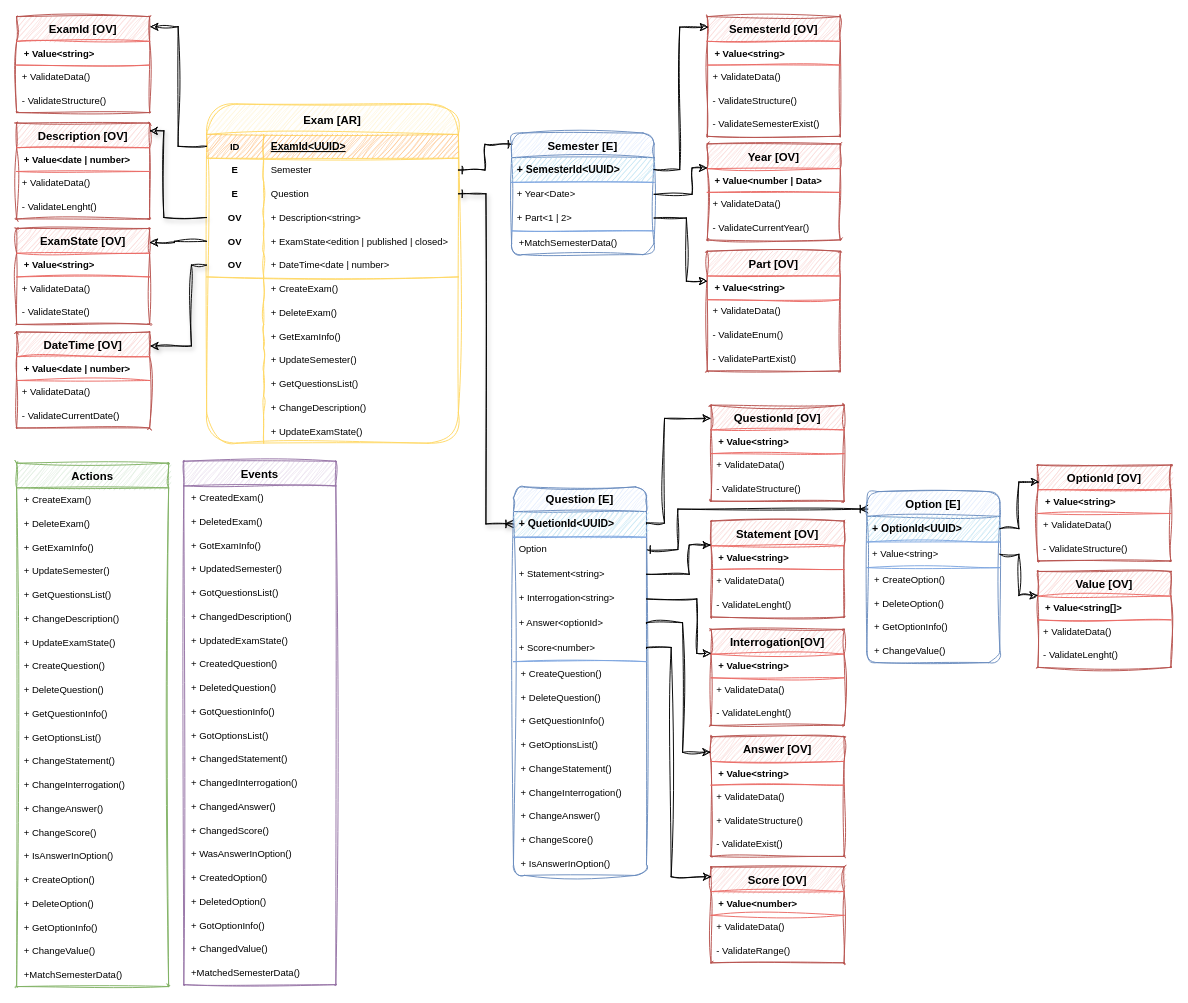
This is page "Exam <AR>" (2 of 5) of DDD University - Sofka.drawio from training-practice-sofkau/C1-2023-DDD-Colombia, a draw.io file, before an edit. Source tidied: cells renumbered, new cells numbered last; positions are measured from the earlier drawing's top-left corner, leaving out a move shared by most shapes. Both pictures are drawn from the tidied source at 95%, with x=0, y=0 at pixel (16, 16).
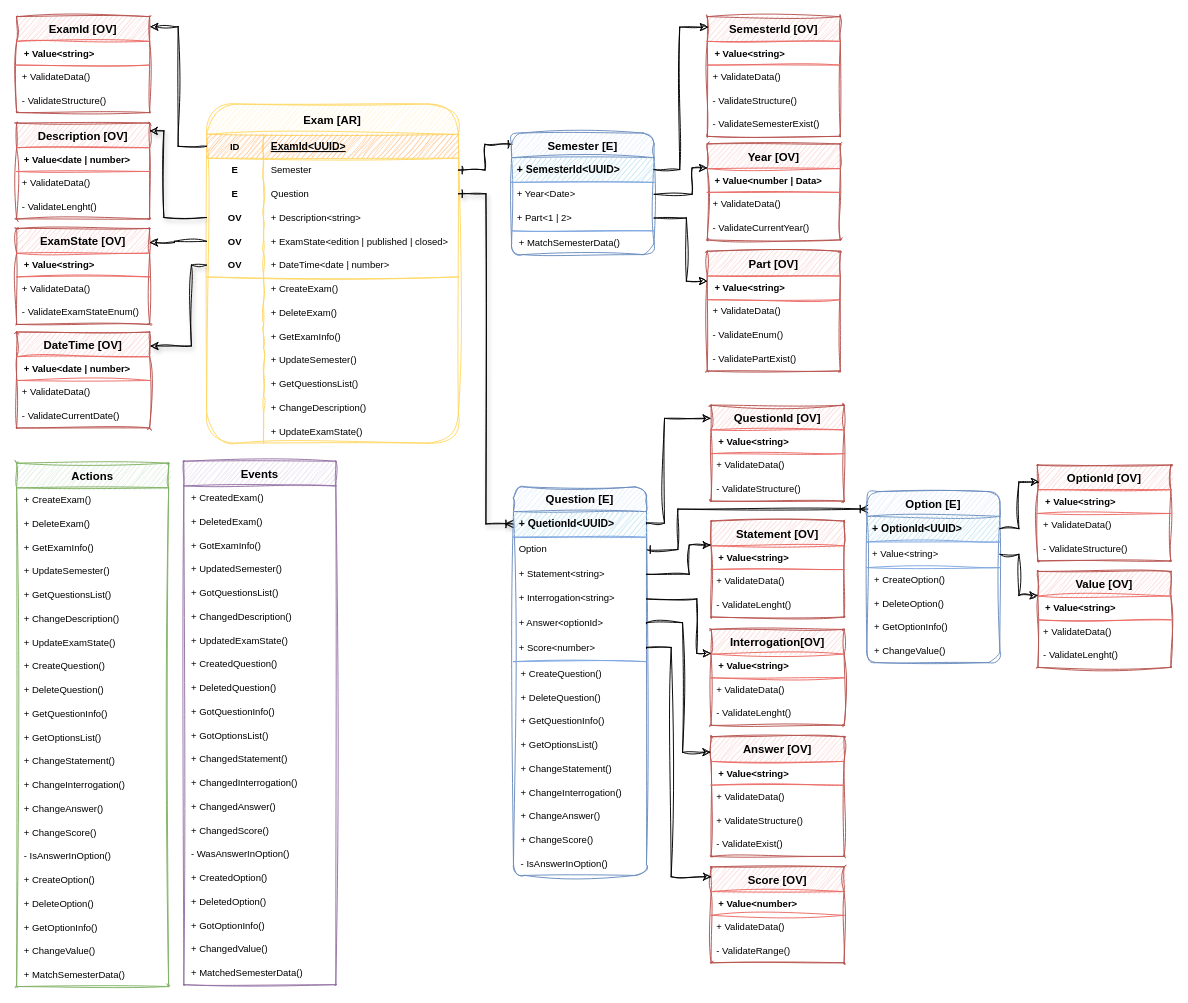
Above is the later version.

The change refers to these unchanged cells:
```xml
<mxCell id="58" value="ExamState [OV]" style="swimlane;fontStyle=1;horizontal=1;startSize=26;align=center;fontSize=12;rounded=1;shadow=0;glass=0;sketch=1;fillStyle=auto;strokeColor=#b85450;fillColor=#f8cecc;arcSize=0;swimlaneLine=0;curveFitting=1;jiggle=2;" parent="1" vertex="1">
  <mxGeometry y="223" width="140" height="101" as="geometry" />
</mxCell>
<mxCell id="79" value="Value [OV]" style="swimlane;fontStyle=1;horizontal=1;startSize=26;align=center;fontSize=12;rounded=1;shadow=0;glass=0;sketch=1;fillStyle=auto;strokeColor=#b85450;fillColor=#f8cecc;arcSize=0;swimlaneLine=0;curveFitting=1;jiggle=2;" parent="65" vertex="1">
  <mxGeometry x="180" y="112" width="140" height="101" as="geometry" />
</mxCell>
<mxCell id="86" value="Actions" style="swimlane;fontStyle=1;horizontal=1;startSize=26;align=center;fontSize=12;rounded=1;shadow=0;glass=0;sketch=1;fillStyle=auto;strokeColor=#82b366;fillColor=#d5e8d4;arcSize=0;swimlaneLine=1;curveFitting=1;jiggle=2;" parent="85" vertex="1">
  <mxGeometry y="2" width="160" height="551" as="geometry" />
</mxCell>
<mxCell id="108" value="Events" style="swimlane;fontStyle=1;horizontal=1;startSize=26;align=center;fontSize=12;rounded=1;shadow=0;glass=0;sketch=1;fillStyle=auto;strokeColor=#9673a6;fillColor=#e1d5e7;arcSize=0;swimlaneLine=1;curveFitting=1;jiggle=2;" parent="85" vertex="1">
  <mxGeometry x="176" width="160" height="551" as="geometry" />
</mxCell>
<mxCell id="131" value="Question [E]" style="swimlane;fontStyle=1;horizontal=1;startSize=26;align=center;fontSize=12;rounded=1;shadow=0;glass=0;sketch=1;fillStyle=auto;strokeColor=#6c8ebf;fillColor=#dae8fc;noLabel=0;fixDash=0;swimlaneLine=1;labelBorderColor=none;curveFitting=1;jiggle=2;" parent="130" vertex="1">
  <mxGeometry y="86" width="140" height="409" as="geometry" />
</mxCell>
<mxCell id="176" value="Semester [E]" style="swimlane;fontStyle=1;horizontal=1;startSize=26;align=center;fontSize=12;rounded=1;shadow=0;glass=0;sketch=1;fillStyle=auto;strokeColor=#6c8ebf;fillColor=#dae8fc;noLabel=0;fixDash=0;swimlaneLine=1;labelBorderColor=none;curveFitting=1;jiggle=2;" parent="175" vertex="1">
  <mxGeometry y="122.5" width="150" height="128" as="geometry" />
</mxCell>
```

The edit, as a diff of the source:
```diff
@@
-    <mxCell id="61" value="- ValidateState()" style="text;strokeColor=none;fillColor=none;spacingLeft=4;spacingRight=4;overflow=hidden;fontSize=10;sketch=1;curveFitting=1;jiggle=2;" parent="58" vertex="1">
+    <mxCell id="61" value="- ValidateExamStateEnum()" style="text;strokeColor=none;fillColor=none;spacingLeft=4;spacingRight=4;overflow=hidden;fontSize=10;sketch=1;curveFitting=1;jiggle=2;" parent="58" vertex="1">
       <mxGeometry y="76" width="140" height="25" as="geometry" />
     </mxCell>
@@
-    <mxCell id="80" value="+ Value&lt;string[]&gt;" style="shape=partialRectangle;fillColor=none;top=1;left=0;bottom=1;right=0;align=left;spacingLeft=6;fontStyle=1;overflow=hidden;rounded=0;shadow=0;glass=0;sketch=1;fillStyle=auto;strokeColor=#EA6B66;fontSize=10;curveFitting=1;jiggle=2;" parent="79" vertex="1">
+    <mxCell id="80" value="+ Value&lt;string&gt;" style="shape=partialRectangle;fillColor=none;top=1;left=0;bottom=1;right=0;align=left;spacingLeft=6;fontStyle=1;overflow=hidden;rounded=0;shadow=0;glass=0;sketch=1;fillStyle=auto;strokeColor=#EA6B66;fontSize=10;curveFitting=1;jiggle=2;" parent="79" vertex="1">
       <mxGeometry y="26" width="140" height="25" as="geometry" />
     </mxCell>
@@
-    <mxCell id="102" value="+ IsAnswerInOption()" style="shape=partialRectangle;fillColor=none;top=0;left=0;bottom=0;right=0;align=left;spacingLeft=6;fontStyle=0;overflow=hidden;rounded=0;shadow=0;glass=0;dashed=1;sketch=1;fillStyle=auto;strokeColor=#FF99CC;fontSize=10;curveFitting=1;jiggle=2;" parent="86" vertex="1">
+    <mxCell id="102" value="- IsAnswerInOption()" style="shape=partialRectangle;fillColor=none;top=0;left=0;bottom=0;right=0;align=left;spacingLeft=6;fontStyle=0;overflow=hidden;rounded=0;shadow=0;glass=0;dashed=1;sketch=1;fillStyle=auto;strokeColor=#FF99CC;fontSize=10;curveFitting=1;jiggle=2;" parent="86" vertex="1">
       <mxGeometry y="401" width="160" height="25" as="geometry" />
     </mxCell>
@@
-    <mxCell id="107" value="+MatchSemesterData()" style="shape=partialRectangle;fillColor=none;top=0;left=0;bottom=0;right=0;align=left;spacingLeft=6;fontStyle=0;overflow=hidden;rounded=0;shadow=0;glass=0;dashed=1;sketch=1;fillStyle=auto;strokeColor=#FF99CC;fontSize=10;curveFitting=1;jiggle=2;" parent="86" vertex="1">
+    <mxCell id="107" value="+ MatchSemesterData()" style="shape=partialRectangle;fillColor=none;top=0;left=0;bottom=0;right=0;align=left;spacingLeft=6;fontStyle=0;overflow=hidden;rounded=0;shadow=0;glass=0;dashed=1;sketch=1;fillStyle=auto;strokeColor=#FF99CC;fontSize=10;curveFitting=1;jiggle=2;" parent="86" vertex="1">
       <mxGeometry y="526" width="160" height="25" as="geometry" />
     </mxCell>
@@
-    <mxCell id="124" value="+ WasAnswerInOption()" style="shape=partialRectangle;fillColor=none;top=0;left=0;bottom=0;right=0;align=left;spacingLeft=6;fontStyle=0;overflow=hidden;rounded=0;shadow=0;glass=0;dashed=1;sketch=1;fillStyle=auto;strokeColor=#FF99CC;fontSize=10;curveFitting=1;jiggle=2;" parent="108" vertex="1">
+    <mxCell id="124" value="- WasAnswerInOption()" style="shape=partialRectangle;fillColor=none;top=0;left=0;bottom=0;right=0;align=left;spacingLeft=6;fontStyle=0;overflow=hidden;rounded=0;shadow=0;glass=0;dashed=1;sketch=1;fillStyle=auto;strokeColor=#FF99CC;fontSize=10;curveFitting=1;jiggle=2;" parent="108" vertex="1">
       <mxGeometry y="401" width="160" height="25" as="geometry" />
     </mxCell>
@@
-    <mxCell id="129" value="+MatchedSemesterData()" style="shape=partialRectangle;fillColor=none;top=0;left=0;bottom=0;right=0;align=left;spacingLeft=6;fontStyle=0;overflow=hidden;rounded=0;shadow=0;glass=0;dashed=1;sketch=1;fillStyle=auto;strokeColor=#FF99CC;fontSize=10;curveFitting=1;jiggle=2;" parent="108" vertex="1">
+    <mxCell id="129" value="+ MatchedSemesterData()" style="shape=partialRectangle;fillColor=none;top=0;left=0;bottom=0;right=0;align=left;spacingLeft=6;fontStyle=0;overflow=hidden;rounded=0;shadow=0;glass=0;dashed=1;sketch=1;fillStyle=auto;strokeColor=#FF99CC;fontSize=10;curveFitting=1;jiggle=2;" parent="108" vertex="1">
       <mxGeometry y="526" width="160" height="25" as="geometry" />
     </mxCell>
@@
-    <mxCell id="148" value="+ IsAnswerInOption()" style="shape=partialRectangle;fillColor=none;top=0;left=0;bottom=0;right=0;align=left;spacingLeft=6;fontStyle=0;overflow=hidden;rounded=0;shadow=0;glass=0;dashed=1;sketch=1;fillStyle=auto;strokeColor=#FF99CC;fontSize=10;curveFitting=1;jiggle=2;" parent="131" vertex="1">
+    <mxCell id="148" value="- IsAnswerInOption()" style="shape=partialRectangle;fillColor=none;top=0;left=0;bottom=0;right=0;align=left;spacingLeft=6;fontStyle=0;overflow=hidden;rounded=0;shadow=0;glass=0;dashed=1;sketch=1;fillStyle=auto;strokeColor=#FF99CC;fontSize=10;curveFitting=1;jiggle=2;" parent="131" vertex="1">
       <mxGeometry y="384" width="140" height="25" as="geometry" />
     </mxCell>
@@
-    <mxCell id="182" value="+MatchSemesterData()" style="shape=partialRectangle;fillColor=none;top=0;left=0;bottom=0;right=0;align=left;spacingLeft=6;fontStyle=0;overflow=hidden;rounded=0;shadow=0;glass=0;dashed=1;sketch=1;fillStyle=auto;strokeColor=#FF99CC;fontSize=10;curveFitting=1;jiggle=2;" parent="176" vertex="1">
+    <mxCell id="182" value="+ MatchSemesterData()" style="shape=partialRectangle;fillColor=none;top=0;left=0;bottom=0;right=0;align=left;spacingLeft=6;fontStyle=0;overflow=hidden;rounded=0;shadow=0;glass=0;dashed=1;sketch=1;fillStyle=auto;strokeColor=#FF99CC;fontSize=10;curveFitting=1;jiggle=2;" parent="176" vertex="1">
       <mxGeometry y="103" width="150" height="25" as="geometry" />
     </mxCell>
```
